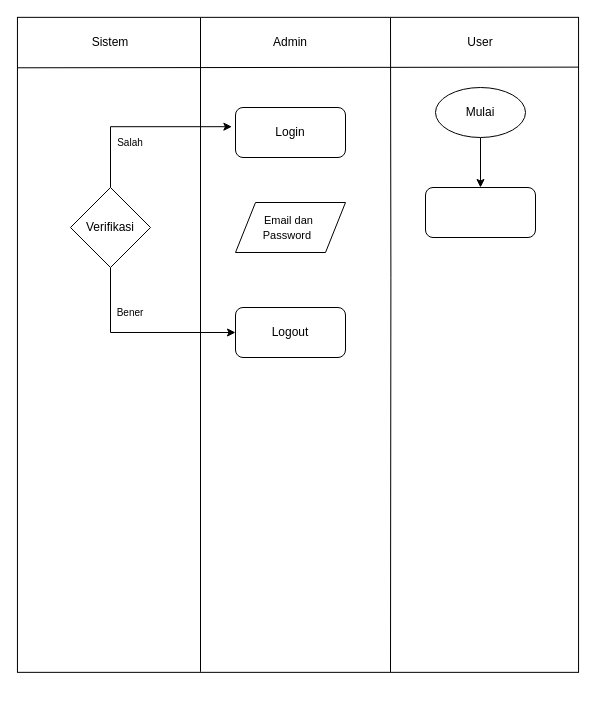
The draw.io diagram Flowchart.drawio in LP3i-projectNS/project-PKL, before the edit. Source tidied: cells renumbered, new cells numbered last; positions are measured from the earlier drawing's top-left corner, leaving out a move shared by most shapes. Both pictures are drawn from the tidied source at 100%, with x=0, y=0 at pixel (-30, 17).
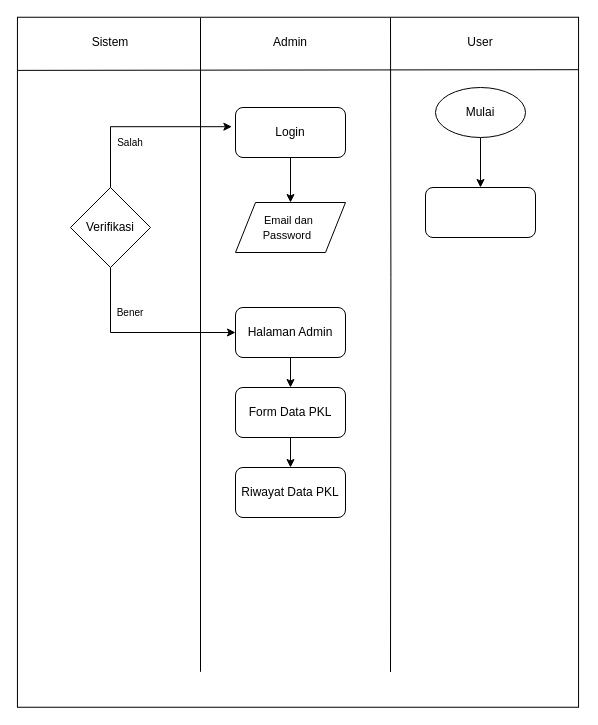
After the change.

The change refers to these unchanged cells:
```xml
<mxCell id="12" value="Login" style="rounded=1;whiteSpace=wrap;html=1;" parent="1" vertex="1">
  <mxGeometry x="265" y="90" width="110" height="50" as="geometry" />
</mxCell>
<mxCell id="16" value="&lt;font style=&quot;font-size: 11px;&quot;&gt;Email dan&amp;nbsp;&lt;/font&gt;&lt;div&gt;&lt;font style=&quot;font-size: 11px;&quot;&gt;&lt;span style=&quot;background-color: transparent; color: light-dark(rgb(0, 0, 0), rgb(255, 255, 255));&quot;&gt;Password&amp;nbsp;&amp;nbsp;&lt;/span&gt;&lt;/font&gt;&lt;/div&gt;" style="shape=parallelogram;perimeter=parallelogramPerimeter;whiteSpace=wrap;html=1;fixedSize=1;" parent="1" vertex="1">
  <mxGeometry x="265" y="185" width="110" height="50" as="geometry" />
</mxCell>
```

Diff of the diagram source:
```diff
@@
     <mxCell id="2" style="rounded=0;whiteSpace=wrap;html=1;rotation=90;" parent="1" vertex="1">
-      <mxGeometry y="46.8" width="655" height="561.1" as="geometry" />
+      <mxGeometry x="-17.5" y="64.2" width="690" height="561.1" as="geometry" />
     </mxCell>
@@
+    <mxCell id="20" style="edgeStyle=orthogonalEdgeStyle;rounded=0;jettySize=auto;html=1;entryX=0.5;entryY=0;entryDx=0;entryDy=0;" parent="1" edge="1" source="12" target="16">
+      <mxGeometry relative="1" as="geometry" />
+    </mxCell>
@@
+    <mxCell id="21" style="edgeStyle=orthogonalEdgeStyle;rounded=0;jettySize=auto;html=1;entryX=0.5;entryY=0;entryDx=0;entryDy=0;" parent="1" edge="1" source="15" target="23">
+      <mxGeometry relative="1" as="geometry" />
+    </mxCell>
-    <mxCell id="15" value="Logout" style="rounded=1;whiteSpace=wrap;html=1;" parent="1" vertex="1">
+    <mxCell id="15" value="Halaman Admin" style="rounded=1;whiteSpace=wrap;html=1;" parent="1" vertex="1">
       <mxGeometry x="265" y="290" width="110" height="50" as="geometry" />
     </mxCell>
@@
+    <mxCell id="22" style="edgeStyle=orthogonalEdgeStyle;rounded=0;jettySize=auto;html=1;entryX=0.5;entryY=0;entryDx=0;entryDy=0;" parent="1" edge="1" source="23" target="24">
+      <mxGeometry relative="1" as="geometry" />
+    </mxCell>
+    <mxCell id="23" value="Form Data PKL" style="rounded=1;whiteSpace=wrap;html=1;" parent="1" vertex="1">
+      <mxGeometry x="265" y="370" width="110" height="50" as="geometry" />
+    </mxCell>
+    <mxCell id="24" value="Riwayat Data PKL" style="rounded=1;whiteSpace=wrap;html=1;" parent="1" vertex="1">
+      <mxGeometry x="265" y="450" width="110" height="50" as="geometry" />
+    </mxCell>
```
